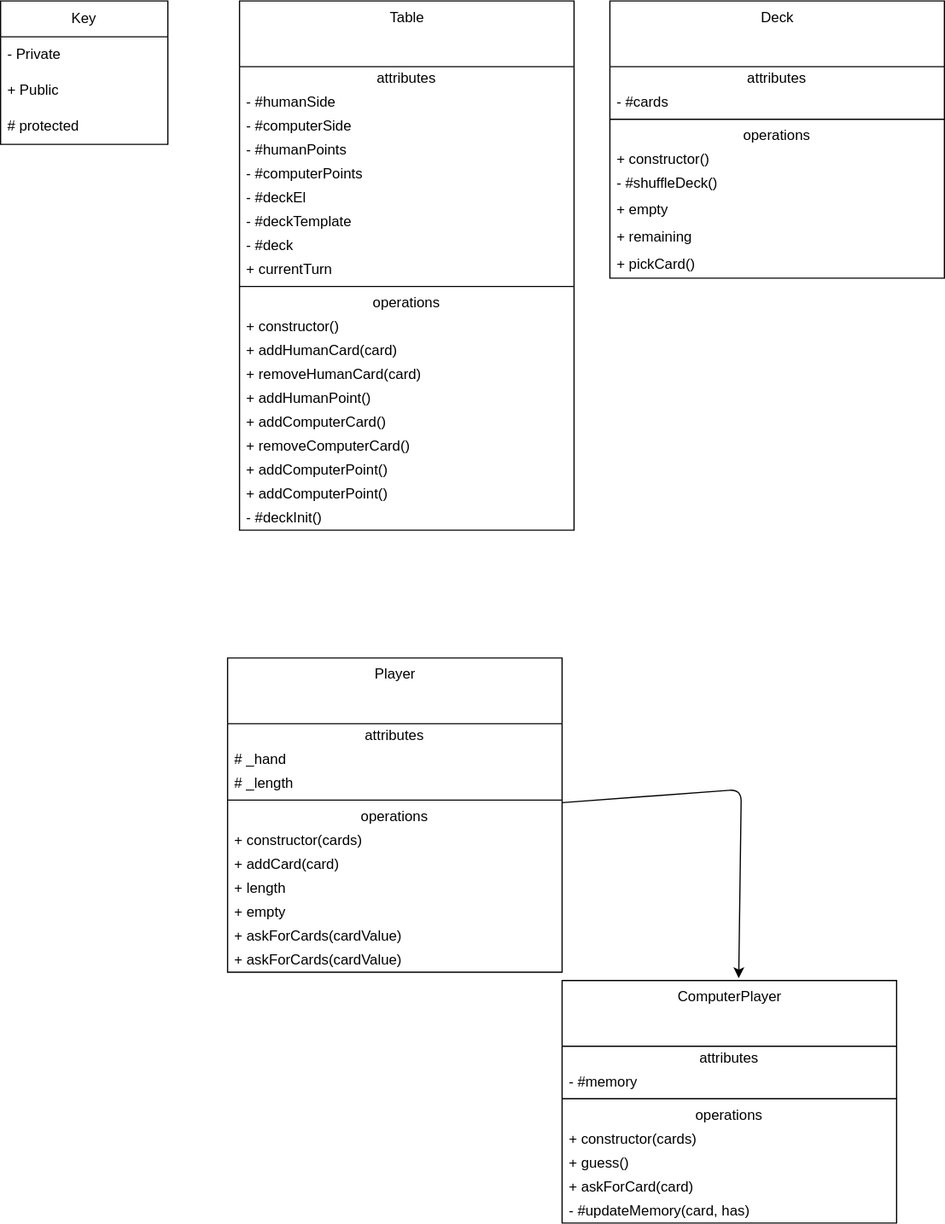
Before: uml.drawio.svg, a diagram exported from draw.io (Anthonyntilelli/go-fish-webpage). Source tidied: cells renumbered, new cells last; positions are measured from the earlier drawing's top-left corner, leaving out a move shared by most shapes.
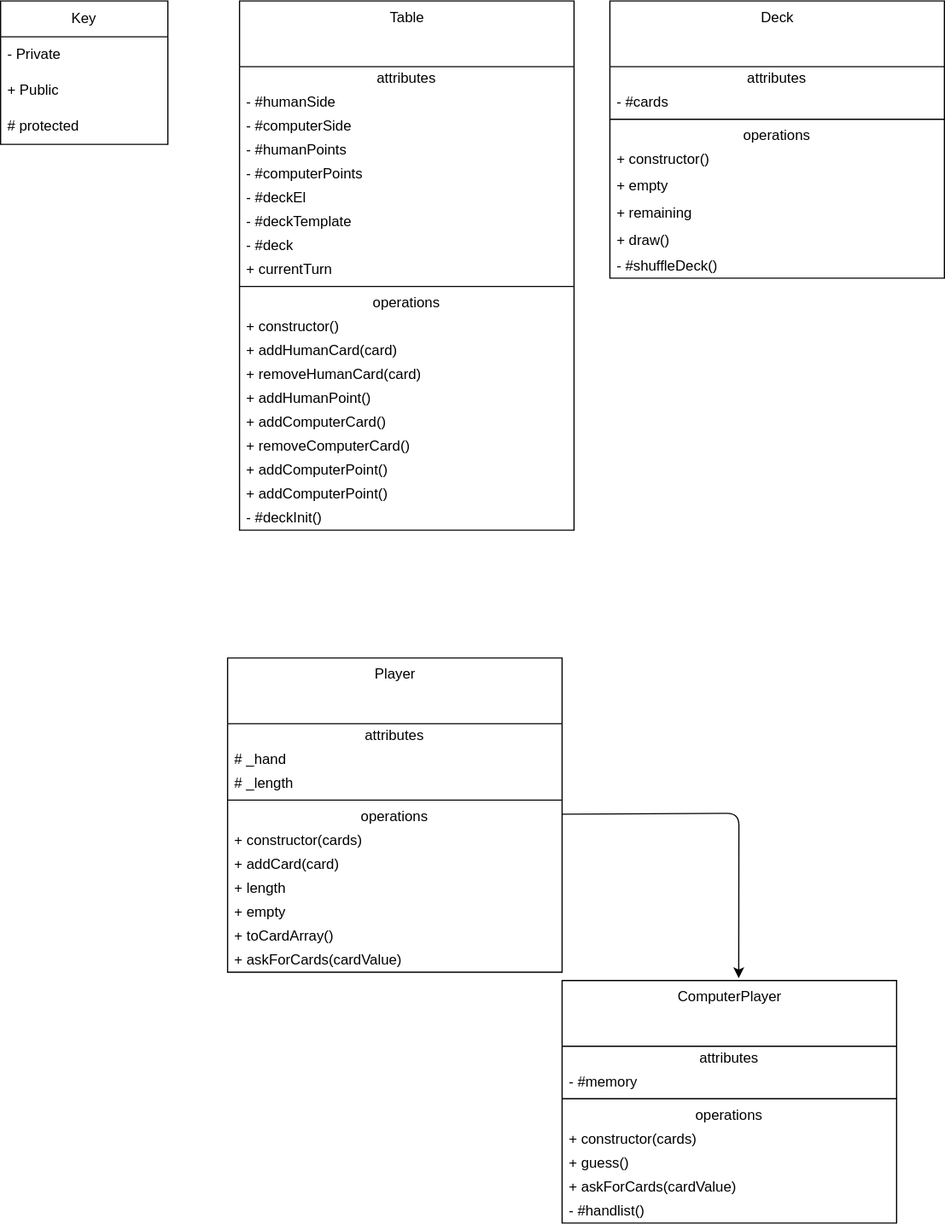
Above is the later version.

The edit, as a diff of the source:
```diff
@@ -95,22 +95,22 @@
     <mxCell id="32" value="+ constructor()" style="text;html=1;strokeColor=none;fillColor=none;align=left;verticalAlign=middle;spacingLeft=4;spacingRight=4;overflow=hidden;" parent="27" vertex="1">
       <mxGeometry y="123" width="280" height="20" as="geometry" />
     </mxCell>
-    <mxCell id="33" value="- #shuffleDeck()" style="text;html=1;strokeColor=none;fillColor=none;align=left;verticalAlign=middle;spacingLeft=4;spacingRight=4;overflow=hidden;" parent="27" vertex="1">
-      <mxGeometry y="143" width="280" height="20" as="geometry" />
-    </mxCell>
     <mxCell id="34" value="+ empty" style="text;html=1;strokeColor=none;fillColor=none;align=left;verticalAlign=middle;spacingLeft=4;spacingRight=4;overflow=hidden;" parent="27" vertex="1">
-      <mxGeometry y="163" width="280" height="23" as="geometry" />
+      <mxGeometry y="143" width="280" height="23" as="geometry" />
     </mxCell>
     <mxCell id="35" value="+ remaining" style="text;html=1;strokeColor=none;fillColor=none;align=left;verticalAlign=middle;spacingLeft=4;spacingRight=4;overflow=hidden;" parent="27" vertex="1">
-      <mxGeometry y="186" width="280" height="23" as="geometry" />
+      <mxGeometry y="166" width="280" height="23" as="geometry" />
     </mxCell>
-    <mxCell id="36" value="+ pickCard()" style="text;html=1;strokeColor=none;fillColor=none;align=left;verticalAlign=middle;spacingLeft=4;spacingRight=4;overflow=hidden;" parent="27" vertex="1">
-      <mxGeometry y="209" width="280" height="23" as="geometry" />
+    <mxCell id="36" value="+ draw()" style="text;html=1;strokeColor=none;fillColor=none;align=left;verticalAlign=middle;spacingLeft=4;spacingRight=4;overflow=hidden;" parent="27" vertex="1">
+      <mxGeometry y="189" width="280" height="23" as="geometry" />
     </mxCell>
+    <mxCell id="33" value="- #shuffleDeck()" style="text;html=1;strokeColor=none;fillColor=none;align=left;verticalAlign=middle;spacingLeft=4;spacingRight=4;overflow=hidden;" parent="27" vertex="1">
+      <mxGeometry y="212" width="280" height="20" as="geometry" />
+    </mxCell>
     <mxCell id="37" style="edgeStyle=none;html=1;entryX=0.528;entryY=-0.01;entryDx=0;entryDy=0;entryPerimeter=0;" parent="1" edge="1" source="38" target="50">
       <mxGeometry relative="1" as="geometry">
         <Array as="points">
-          <mxPoint x="620" y="660" />
+          <mxPoint x="618" y="680" />
         </Array>
       </mxGeometry>
     </mxCell>
@@ -144,7 +144,7 @@
     <mxCell id="47" value="+ empty" style="text;html=1;strokeColor=none;fillColor=none;align=left;verticalAlign=middle;spacingLeft=4;spacingRight=4;overflow=hidden;" parent="38" vertex="1">
       <mxGeometry y="203" width="280" height="20" as="geometry" />
     </mxCell>
-    <mxCell id="48" value="+ askForCards(cardValue)" style="text;html=1;strokeColor=none;fillColor=none;align=left;verticalAlign=middle;spacingLeft=4;spacingRight=4;overflow=hidden;" parent="38" vertex="1">
+    <mxCell id="48" value="+ toCardArray()" style="text;html=1;strokeColor=none;fillColor=none;align=left;verticalAlign=middle;spacingLeft=4;spacingRight=4;overflow=hidden;" parent="38" vertex="1">
       <mxGeometry y="223" width="280" height="20" as="geometry" />
     </mxCell>
     <mxCell id="49" value="+ askForCards(cardValue)" style="text;html=1;strokeColor=none;fillColor=none;align=left;verticalAlign=middle;spacingLeft=4;spacingRight=4;overflow=hidden;" parent="38" vertex="1">
@@ -171,10 +171,10 @@
     <mxCell id="56" value="+ guess()" style="text;html=1;strokeColor=none;fillColor=none;align=left;verticalAlign=middle;spacingLeft=4;spacingRight=4;overflow=hidden;" parent="50" vertex="1">
       <mxGeometry y="143" width="280" height="20" as="geometry" />
     </mxCell>
-    <mxCell id="57" value="+ askForCard(card)" style="text;html=1;strokeColor=none;fillColor=none;align=left;verticalAlign=middle;spacingLeft=4;spacingRight=4;overflow=hidden;" parent="50" vertex="1">
+    <mxCell id="57" value="+ askForCards(cardValue)" style="text;html=1;strokeColor=none;fillColor=none;align=left;verticalAlign=middle;spacingLeft=4;spacingRight=4;overflow=hidden;" parent="50" vertex="1">
       <mxGeometry y="163" width="280" height="20" as="geometry" />
     </mxCell>
-    <mxCell id="58" value="- #updateMemory(card, has)" style="text;html=1;strokeColor=none;fillColor=none;align=left;verticalAlign=middle;spacingLeft=4;spacingRight=4;overflow=hidden;" parent="50" vertex="1">
+    <mxCell id="58" value="- #handlist()" style="text;html=1;strokeColor=none;fillColor=none;align=left;verticalAlign=middle;spacingLeft=4;spacingRight=4;overflow=hidden;" parent="50" vertex="1">
       <mxGeometry y="183" width="280" height="20" as="geometry" />
     </mxCell>
   </root>
```
